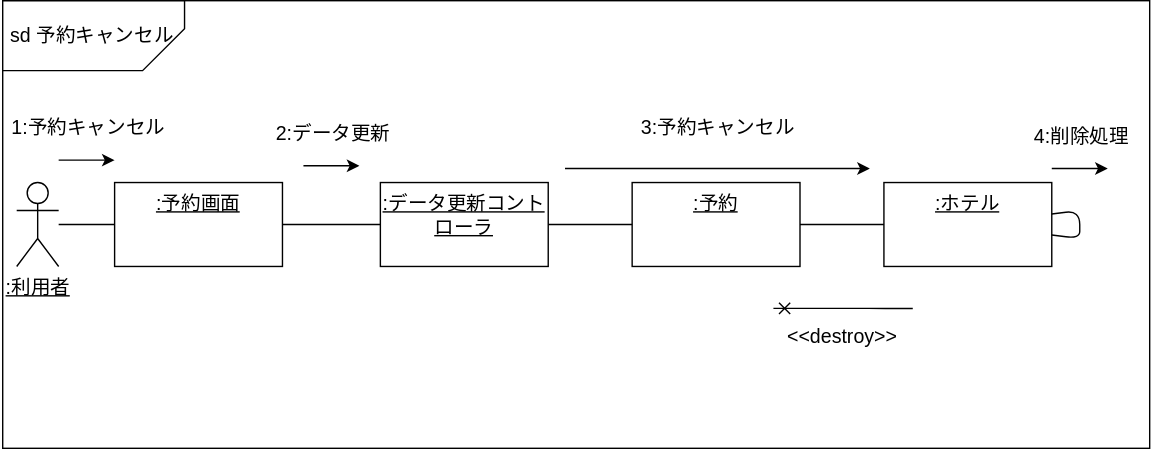
Above: 演習５-2_CD_予約登録削除.drawio.svg in Ragamn/uml-introduction (draw.io), before the change. Source tidied: cells renumbered, new cells last; positions are measured from the earlier drawing's top-left corner, leaving out a move shared by most shapes.
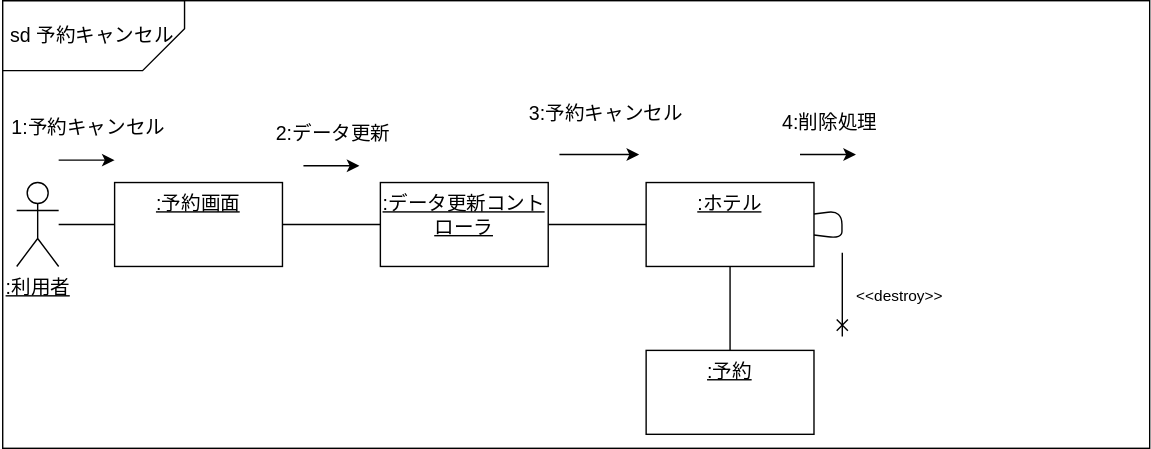
After the change.

Change to the diagram source:
```diff
@@ -17,8 +17,11 @@
     <mxCell id="6" value="&lt;u&gt;:利用者&lt;/u&gt;" style="shape=umlActor;verticalLabelPosition=bottom;verticalAlign=top;html=1;outlineConnect=0;fontSize=14;" parent="2" vertex="1">
       <mxGeometry x="11" y="130" width="30" height="60" as="geometry" />
     </mxCell>
+    <mxCell id="25" style="edgeStyle=none;html=1;endArrow=none;endFill=0;" parent="2" edge="1" source="7" target="12">
+      <mxGeometry relative="1" as="geometry" />
+    </mxCell>
     <mxCell id="7" value="&lt;u&gt;:ホテル&lt;/u&gt;" style="whiteSpace=wrap;html=1;fontSize=14;verticalAlign=top;" parent="2" vertex="1">
-      <mxGeometry x="631" y="130" width="120" height="60" as="geometry" />
+      <mxGeometry x="461" y="130" width="120" height="60" as="geometry" />
     </mxCell>
     <mxCell id="8" value="&lt;u&gt;:予約画面&lt;/u&gt;" style="whiteSpace=wrap;html=1;fontSize=14;verticalAlign=top;" parent="2" vertex="1">
       <mxGeometry x="81" y="130" width="120" height="60" as="geometry" />
@@ -26,6 +29,9 @@
     <mxCell id="9" style="edgeStyle=none;html=1;fontSize=14;endArrow=none;endFill=0;" parent="2" edge="1" source="6" target="8">
       <mxGeometry relative="1" as="geometry" />
     </mxCell>
+    <mxCell id="26" style="edgeStyle=none;html=1;endArrow=none;endFill=0;" parent="2" edge="1" source="10" target="7">
+      <mxGeometry relative="1" as="geometry" />
+    </mxCell>
     <mxCell id="10" value="&lt;u&gt;:データ更新コントローラ&lt;/u&gt;" style="whiteSpace=wrap;html=1;fontSize=14;verticalAlign=top;" parent="2" vertex="1">
       <mxGeometry x="271" y="130" width="120" height="60" as="geometry" />
     </mxCell>
@@ -33,14 +39,8 @@
       <mxGeometry relative="1" as="geometry" />
     </mxCell>
     <mxCell id="12" value="&lt;u&gt;:予約&lt;/u&gt;" style="whiteSpace=wrap;html=1;fontSize=14;verticalAlign=top;" parent="2" vertex="1">
-      <mxGeometry x="451" y="130" width="120" height="60" as="geometry" />
+      <mxGeometry x="461" y="250" width="120" height="60" as="geometry" />
     </mxCell>
-    <mxCell id="13" style="edgeStyle=none;html=1;fontSize=14;endArrow=none;endFill=0;" parent="2" edge="1" source="10" target="12">
-      <mxGeometry relative="1" as="geometry" />
-    </mxCell>
-    <mxCell id="14" style="edgeStyle=none;html=1;fontSize=14;endArrow=none;endFill=0;" parent="2" edge="1" source="12" target="7">
-      <mxGeometry relative="1" as="geometry" />
-    </mxCell>
     <mxCell id="15" style="endArrow=classic;html=1;fontSize=14;" parent="2" edge="1">
       <mxGeometry relative="1" as="geometry">
         <mxPoint x="41" y="114" as="sourcePoint" />
@@ -52,10 +52,24 @@
         <mxPoint x="-9" y="-25" as="offset" />
       </mxGeometry>
     </mxCell>
+    <mxCell id="19" style="edgeStyle=none;html=1;fontSize=14;endArrow=none;endFill=0;" parent="2" edge="1" source="7" target="7">
+      <mxGeometry relative="1" as="geometry" />
+    </mxCell>
+    <mxCell id="23" style="endArrow=classic;html=1;fontSize=14;" parent="2" edge="1">
+      <mxGeometry relative="1" as="geometry">
+        <mxPoint x="399" y="110" as="sourcePoint" />
+        <mxPoint x="456" y="110" as="targetPoint" />
+      </mxGeometry>
+    </mxCell>
+    <mxCell id="24" value="3:予約キャンセル" style="edgeLabel;html=1;align=center;verticalAlign=middle;fontSize=14;" parent="23" vertex="1">
+      <mxGeometry x="0.44" y="-1" relative="1" as="geometry">
+        <mxPoint x="-9" y="-31" as="offset" />
+      </mxGeometry>
+    </mxCell>
     <mxCell id="17" style="endArrow=classic;html=1;fontSize=14;" parent="2" edge="1">
       <mxGeometry relative="1" as="geometry">
-        <mxPoint x="751" y="120" as="sourcePoint" />
-        <mxPoint x="791" y="120" as="targetPoint" />
+        <mxPoint x="571" y="110" as="sourcePoint" />
+        <mxPoint x="611" y="110" as="targetPoint" />
       </mxGeometry>
     </mxCell>
     <mxCell id="18" value="4:削除処理" style="edgeLabel;html=1;align=center;verticalAlign=middle;fontSize=14;" parent="17" vertex="1">
@@ -63,17 +77,12 @@
         <mxPoint x="-9" y="-25" as="offset" />
       </mxGeometry>
     </mxCell>
-    <mxCell id="19" style="edgeStyle=none;html=1;fontSize=14;endArrow=none;endFill=0;" parent="2" edge="1" source="7" target="7">
-      <mxGeometry relative="1" as="geometry" />
-    </mxCell>
+    <mxCell id="27" style="endArrow=cross;html=1;entryX=0.732;entryY=0.75;entryDx=0;entryDy=0;entryPerimeter=0;exitX=0.732;exitY=0.563;exitDx=0;exitDy=0;exitPerimeter=0;endFill=0;" parent="2" edge="1" source="3" target="3">
+      <mxGeometry relative="1" as="geometry" />
+    </mxCell>
-    <mxCell id="20" value="&amp;lt;&amp;lt;destroy&amp;gt;&amp;gt;" style="endArrow=none;html=1;fontSize=14;entryX=0.841;entryY=0.844;entryDx=0;entryDy=0;entryPerimeter=0;startArrow=cross;startFill=0;" parent="2" edge="1">
-      <mxGeometry x="-0.02" y="-20" relative="1" as="geometry">
-        <mxPoint x="552" y="220" as="sourcePoint" />
-        <mxPoint x="651.6" y="220.1" as="targetPoint" />
-        <Array as="points">
-          <mxPoint x="612" y="220" />
-          <mxPoint x="622" y="220" />
-        </Array>
+    <mxCell id="20" value="&amp;lt;&amp;lt;destroy&amp;gt;&amp;gt;" style="edgeLabel;html=1;align=center;verticalAlign=middle;" parent="27" vertex="1">
+      <mxGeometry relative="1" as="geometry">
+        <mxPoint x="40" as="offset" />
       </mxGeometry>
     </mxCell>
     <mxCell id="21" style="endArrow=classic;html=1;fontSize=14;" parent="1" edge="1">
@@ -87,15 +96,5 @@
         <mxPoint x="-9" y="-25" as="offset" />
       </mxGeometry>
     </mxCell>
-    <mxCell id="23" style="endArrow=classic;html=1;fontSize=14;entryX=0.756;entryY=0.375;entryDx=0;entryDy=0;entryPerimeter=0;" parent="1" edge="1" target="3">
-      <mxGeometry relative="1" as="geometry">
-        <mxPoint x="403" y="160" as="sourcePoint" />
-      </mxGeometry>
-    </mxCell>
-    <mxCell id="24" value="3:予約キャンセル" style="edgeLabel;html=1;align=center;verticalAlign=middle;fontSize=14;" parent="23" vertex="1">
-      <mxGeometry x="0.44" y="-1" relative="1" as="geometry">
-        <mxPoint x="-49" y="-31" as="offset" />
-      </mxGeometry>
-    </mxCell>
   </root>
 </mxGraphModel>
```
